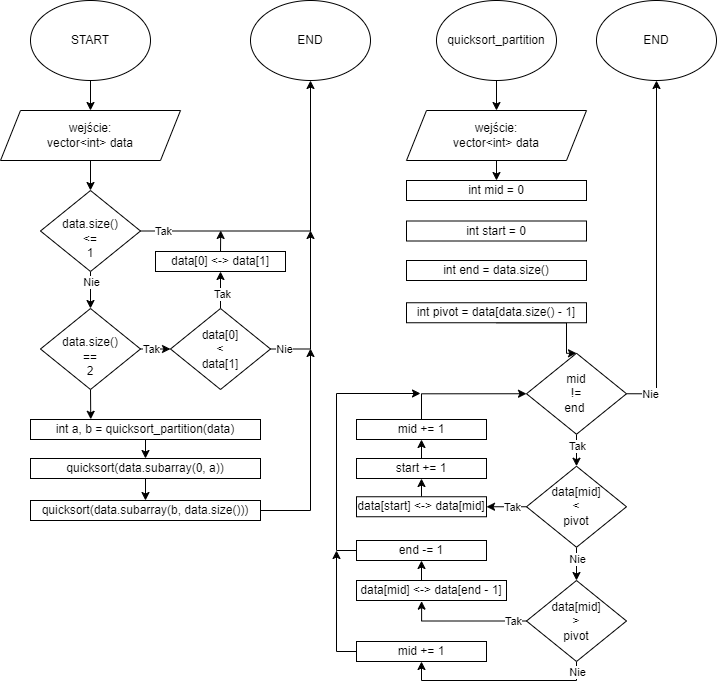
ReijiY/AiSD-Pro1 keeps this draw.io diagram as flowcharts/ad schemat 2 - quicksort.png. Above is the earlier version. Source tidied: cells renumbered, new cells last; positions are measured from the earlier drawing's top-left corner, leaving out a move shared by most shapes.
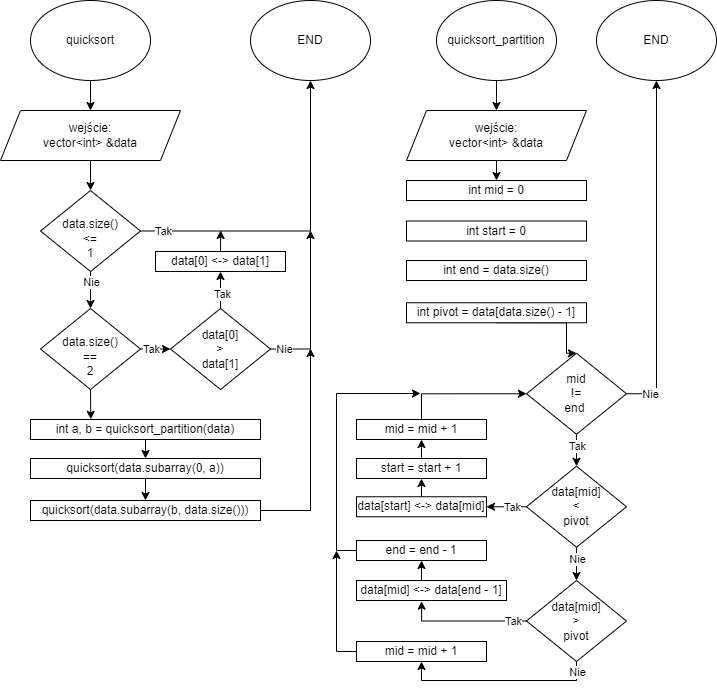
After the commit.

What changed in the source:
```diff
@@ -5,7 +5,7 @@
     <mxCell id="2" style="edgeStyle=orthogonalEdgeStyle;rounded=0;jettySize=auto;html=1;exitX=0.5;exitY=1;exitDx=0;exitDy=0;entryX=0.5;entryY=0;entryDx=0;entryDy=0;" parent="1" edge="1" source="3" target="6">
       <mxGeometry relative="1" as="geometry" />
     </mxCell>
-    <mxCell id="3" value="START" style="ellipse;whiteSpace=wrap;html=1;" parent="1" vertex="1">
+    <mxCell id="3" value="quicksort" style="ellipse;whiteSpace=wrap;html=1;" parent="1" vertex="1">
       <mxGeometry x="30" width="120" height="80" as="geometry" />
     </mxCell>
     <mxCell id="4" value="END" style="ellipse;whiteSpace=wrap;html=1;" parent="1" vertex="1">
@@ -14,7 +14,7 @@
     <mxCell id="5" style="edgeStyle=orthogonalEdgeStyle;rounded=0;jettySize=auto;html=1;exitX=0.5;exitY=1;exitDx=0;exitDy=0;entryX=0.5;entryY=0;entryDx=0;entryDy=0;" parent="1" edge="1" source="6" target="11">
       <mxGeometry relative="1" as="geometry" />
     </mxCell>
-    <mxCell id="6" value="wejście:&lt;br&gt;vector&amp;lt;int&amp;gt; data" style="shape=parallelogram;perimeter=parallelogramPerimeter;whiteSpace=wrap;html=1;fixedSize=1;" parent="1" vertex="1">
+    <mxCell id="6" value="wejście:&lt;br&gt;vector&amp;lt;int&amp;gt; &amp;amp;data" style="shape=parallelogram;perimeter=parallelogramPerimeter;whiteSpace=wrap;html=1;fixedSize=1;" parent="1" vertex="1">
       <mxGeometry y="110" width="180" height="50" as="geometry" />
     </mxCell>
     <mxCell id="7" style="edgeStyle=orthogonalEdgeStyle;rounded=0;jettySize=auto;html=1;exitX=1;exitY=0.5;exitDx=0;exitDy=0;entryX=0.5;entryY=1;entryDx=0;entryDy=0;" parent="1" edge="1" source="11" target="4">
@@ -70,7 +70,7 @@
     <mxCell id="19" value="Tak" style="edgeLabel;html=1;align=center;verticalAlign=middle;" parent="18" vertex="1">
       <mxGeometry x="-0.21" y="-1" relative="1" as="geometry" />
     </mxCell>
-    <mxCell id="20" value="data[0]&lt;br&gt;&amp;lt;&lt;br&gt;data[1]" style="rhombus;whiteSpace=wrap;html=1;" parent="1" vertex="1">
+    <mxCell id="20" value="data[0]&lt;br&gt;&amp;gt;&lt;br&gt;data[1]" style="rhombus;whiteSpace=wrap;html=1;" parent="1" vertex="1">
       <mxGeometry x="170" y="308" width="100" height="81" as="geometry" />
     </mxCell>
     <mxCell id="21" style="edgeStyle=orthogonalEdgeStyle;rounded=0;jettySize=auto;html=1;exitX=0.5;exitY=0;exitDx=0;exitDy=0;" parent="1" edge="1" source="22">
@@ -110,7 +110,7 @@
     <mxCell id="31" style="edgeStyle=orthogonalEdgeStyle;rounded=0;jettySize=auto;html=1;exitX=0.5;exitY=1;exitDx=0;exitDy=0;entryX=0.5;entryY=0;entryDx=0;entryDy=0;" parent="1" edge="1" source="32" target="33">
       <mxGeometry relative="1" as="geometry" />
     </mxCell>
-    <mxCell id="32" value="wejście:&lt;br&gt;vector&amp;lt;int&amp;gt; data" style="shape=parallelogram;perimeter=parallelogramPerimeter;whiteSpace=wrap;html=1;fixedSize=1;" parent="1" vertex="1">
+    <mxCell id="32" value="wejście:&lt;br&gt;vector&amp;lt;int&amp;gt; &amp;amp;data" style="shape=parallelogram;perimeter=parallelogramPerimeter;whiteSpace=wrap;html=1;fixedSize=1;" parent="1" vertex="1">
       <mxGeometry x="406" y="110" width="180" height="50" as="geometry" />
     </mxCell>
     <mxCell id="33" value="int mid = 0" style="whiteSpace=wrap;html=1;" parent="1" vertex="1">
@@ -178,13 +178,13 @@
     <mxCell id="51" style="edgeStyle=orthogonalEdgeStyle;rounded=0;jettySize=auto;html=1;exitX=0.5;exitY=0;exitDx=0;exitDy=0;entryX=0.5;entryY=1;entryDx=0;entryDy=0;" parent="1" edge="1" source="52" target="54">
       <mxGeometry relative="1" as="geometry" />
     </mxCell>
-    <mxCell id="52" value="start += 1" style="whiteSpace=wrap;html=1;" parent="1" vertex="1">
+    <mxCell id="52" value="start = start + 1" style="whiteSpace=wrap;html=1;" parent="1" vertex="1">
       <mxGeometry x="356" y="458" width="130" height="20" as="geometry" />
     </mxCell>
     <mxCell id="53" style="edgeStyle=orthogonalEdgeStyle;rounded=0;jettySize=auto;html=1;exitX=0.5;exitY=0;exitDx=0;exitDy=0;entryX=0;entryY=0.5;entryDx=0;entryDy=0;" parent="1" edge="1" source="54" target="40">
       <mxGeometry relative="1" as="geometry" />
     </mxCell>
-    <mxCell id="54" value="mid += 1" style="whiteSpace=wrap;html=1;" parent="1" vertex="1">
+    <mxCell id="54" value="mid = mid + 1" style="whiteSpace=wrap;html=1;" parent="1" vertex="1">
       <mxGeometry x="356" y="419" width="130" height="20" as="geometry" />
     </mxCell>
     <mxCell id="55" style="edgeStyle=orthogonalEdgeStyle;rounded=0;jettySize=auto;html=1;entryX=0.5;entryY=1;entryDx=0;entryDy=0;" parent="1" edge="1" source="59" target="65">
@@ -226,7 +226,7 @@
         </Array>
       </mxGeometry>
     </mxCell>
-    <mxCell id="63" value="end -= 1" style="whiteSpace=wrap;html=1;" parent="1" vertex="1">
+    <mxCell id="63" value="end = end - 1" style="whiteSpace=wrap;html=1;" parent="1" vertex="1">
       <mxGeometry x="356" y="540" width="130" height="20" as="geometry" />
     </mxCell>
     <mxCell id="64" style="edgeStyle=orthogonalEdgeStyle;rounded=0;jettySize=auto;html=1;exitX=0;exitY=0.5;exitDx=0;exitDy=0;" parent="1" edge="1" source="65">
@@ -234,7 +234,7 @@
         <mxPoint x="336" y="550" as="targetPoint" />
       </mxGeometry>
     </mxCell>
-    <mxCell id="65" value="mid += 1" style="whiteSpace=wrap;html=1;" parent="1" vertex="1">
+    <mxCell id="65" value="mid = mid + 1" style="whiteSpace=wrap;html=1;" parent="1" vertex="1">
       <mxGeometry x="356" y="641" width="130" height="20" as="geometry" />
     </mxCell>
   </root>
```
